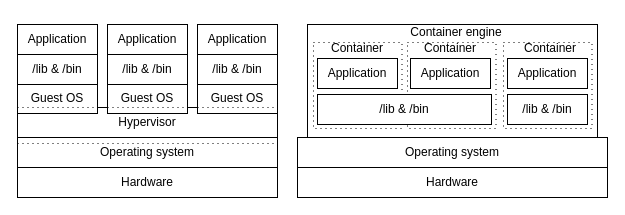
IsacPasianotto/master-thesis-presentation keeps this draw.io diagram as defense/img/VM-vs-Container.drawio. Above is the earlier version. Source tidied: cells renumbered, new cells numbered last; positions are measured from the earlier drawing's top-left corner, leaving out a move shared by most shapes. Both pictures are drawn from the tidied source at 100%, with x=0, y=0 at pixel (17, 17).
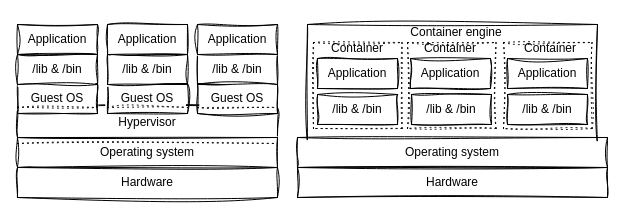
After the change.

What changed in the source:
```diff
@@
-    <mxCell id="2" style="rounded=0;whiteSpace=wrap;html=1;fillColor=default;" parent="1" vertex="1">
+    <mxCell id="2" style="rounded=0;whiteSpace=wrap;html=1;fillColor=default;sketch=1;curveFitting=1;jiggle=2;" parent="1" vertex="1">
       <mxGeometry x="290" y="7" width="290" height="120" as="geometry" />
     </mxCell>
-    <mxCell id="3" style="rounded=0;whiteSpace=wrap;html=1;dashed=1;dashPattern=1 4;fillColor=none;" parent="1" vertex="1">
+    <mxCell id="3" style="rounded=0;whiteSpace=wrap;html=1;dashed=1;dashPattern=1 4;fillColor=none;sketch=1;curveFitting=1;jiggle=2;" parent="1" vertex="1">
       <mxGeometry x="390" y="25" width="88.5" height="86" as="geometry" />
     </mxCell>
-    <mxCell id="4" style="rounded=0;whiteSpace=wrap;html=1;dashed=1;dashPattern=1 4;fillColor=none;" parent="1" vertex="1">
+    <mxCell id="4" style="rounded=0;whiteSpace=wrap;html=1;dashed=1;dashPattern=1 4;fillColor=none;sketch=1;curveFitting=1;jiggle=2;" parent="1" vertex="1">
       <mxGeometry x="296" y="25" width="88.5" height="86" as="geometry" />
     </mxCell>
-    <mxCell id="5" value="&lt;font face=&quot;newcomputermodern&quot;&gt;Operating system&lt;/font&gt;" style="rounded=0;whiteSpace=wrap;html=1;" parent="1" vertex="1">
+    <mxCell id="5" value="&lt;font face=&quot;newcomputermodern&quot;&gt;Operating system&lt;/font&gt;" style="rounded=0;whiteSpace=wrap;html=1;sketch=1;curveFitting=1;jiggle=2;" parent="1" vertex="1">
       <mxGeometry x="280" y="120" width="310" height="30" as="geometry" />
     </mxCell>
-    <mxCell id="6" style="rounded=0;whiteSpace=wrap;html=1;dashed=1;dashPattern=1 4;" parent="1" vertex="1">
+    <mxCell id="6" style="rounded=0;whiteSpace=wrap;html=1;dashed=1;dashPattern=1 4;sketch=1;curveFitting=1;jiggle=2;" parent="1" vertex="1">
       <mxGeometry x="486" y="25" width="88.5" height="86" as="geometry" />
     </mxCell>
-    <mxCell id="7" value="&lt;font face=&quot;newcomputermodern&quot;&gt;Hypervisor&lt;/font&gt;" style="rounded=0;whiteSpace=wrap;html=1;" parent="1" vertex="1">
+    <mxCell id="7" value="&lt;font face=&quot;newcomputermodern&quot;&gt;Hypervisor&lt;/font&gt;" style="rounded=0;whiteSpace=wrap;html=1;sketch=1;curveFitting=1;jiggle=2;" parent="1" vertex="1">
       <mxGeometry y="90" width="260" height="30" as="geometry" />
     </mxCell>
-    <mxCell id="8" value="&lt;font face=&quot;newcomputermodern&quot;&gt;Guest OS&lt;/font&gt;" style="rounded=0;whiteSpace=wrap;html=1;" parent="1" vertex="1">
+    <mxCell id="8" value="&lt;font face=&quot;newcomputermodern&quot;&gt;Guest OS&lt;/font&gt;" style="rounded=0;whiteSpace=wrap;html=1;sketch=1;curveFitting=1;jiggle=2;" parent="1" vertex="1">
       <mxGeometry y="66" width="80" height="30" as="geometry" />
     </mxCell>
-    <mxCell id="9" value="&lt;font face=&quot;newcomputermodern&quot;&gt;Hardware&lt;/font&gt;" style="rounded=0;whiteSpace=wrap;html=1;" parent="1" vertex="1">
+    <mxCell id="9" value="&lt;font face=&quot;newcomputermodern&quot;&gt;Hardware&lt;/font&gt;" style="rounded=0;whiteSpace=wrap;html=1;sketch=1;curveFitting=1;jiggle=2;" parent="1" vertex="1">
       <mxGeometry y="150" width="260" height="30" as="geometry" />
     </mxCell>
-    <mxCell id="10" value="&lt;font face=&quot;newcomputermodern&quot;&gt;Operating system&lt;/font&gt;" style="rounded=0;whiteSpace=wrap;html=1;" parent="1" vertex="1">
+    <mxCell id="10" value="&lt;font face=&quot;newcomputermodern&quot;&gt;Operating system&lt;/font&gt;" style="rounded=0;whiteSpace=wrap;html=1;sketch=1;curveFitting=1;jiggle=2;" parent="1" vertex="1">
       <mxGeometry y="120" width="260" height="30" as="geometry" />
     </mxCell>
-    <mxCell id="11" style="endArrow=none;dashed=1;html=1;dashPattern=1 4;strokeWidth=1;rounded=0;" parent="1" edge="1">
+    <mxCell id="11" style="endArrow=none;dashed=1;html=1;dashPattern=1 4;strokeWidth=1;rounded=0;sketch=1;curveFitting=1;jiggle=2;" parent="1" edge="1">
       <mxGeometry relative="1" as="geometry">
         <mxPoint x="180" y="90" as="sourcePoint" />
         <mxPoint x="260" y="90" as="targetPoint" />
       </mxGeometry>
     </mxCell>
-    <mxCell id="12" style="endArrow=none;dashed=1;html=1;dashPattern=1 4;strokeWidth=1;rounded=0;" parent="1" edge="1">
+    <mxCell id="12" style="endArrow=none;dashed=1;html=1;dashPattern=1 4;strokeWidth=1;rounded=0;sketch=1;curveFitting=1;jiggle=2;" parent="1" edge="1">
       <mxGeometry relative="1" as="geometry">
         <mxPoint x="90" y="90" as="sourcePoint" />
         <mxPoint x="170" y="90" as="targetPoint" />
       </mxGeometry>
     </mxCell>
-    <mxCell id="13" style="endArrow=none;dashed=1;html=1;dashPattern=1 4;strokeWidth=1;rounded=0;" parent="1" edge="1">
+    <mxCell id="13" style="endArrow=none;dashed=1;html=1;dashPattern=1 4;strokeWidth=1;rounded=0;sketch=1;curveFitting=1;jiggle=2;" parent="1" edge="1">
       <mxGeometry relative="1" as="geometry">
         <mxPoint y="90" as="sourcePoint" />
         <mxPoint x="80" y="90" as="targetPoint" />
       </mxGeometry>
     </mxCell>
-    <mxCell id="14" style="endArrow=none;dashed=1;html=1;dashPattern=1 4;strokeWidth=1;rounded=0;" parent="1" edge="1">
+    <mxCell id="14" style="endArrow=none;dashed=1;html=1;dashPattern=1 4;strokeWidth=1;rounded=0;sketch=1;curveFitting=1;jiggle=2;" parent="1" edge="1">
       <mxGeometry relative="1" as="geometry">
         <mxPoint y="126" as="sourcePoint" />
         <mxPoint x="260" y="126" as="targetPoint" />
       </mxGeometry>
     </mxCell>
-    <mxCell id="15" value="&lt;pre&gt;&lt;font face=&quot;newcomputermodern&quot;&gt;/lib &amp;amp; /bin&lt;/font&gt;&lt;/pre&gt;" style="rounded=0;whiteSpace=wrap;html=1;" parent="1" vertex="1">
+    <mxCell id="15" value="&lt;pre&gt;&lt;font face=&quot;newcomputermodern&quot;&gt;/lib &amp;amp; /bin&lt;/font&gt;&lt;/pre&gt;" style="rounded=0;whiteSpace=wrap;html=1;sketch=1;curveFitting=1;jiggle=2;" parent="1" vertex="1">
       <mxGeometry y="37" width="80" height="30" as="geometry" />
     </mxCell>
-    <mxCell id="16" value="&lt;font face=&quot;newcomputermodern&quot;&gt;Application&lt;/font&gt;" style="rounded=0;whiteSpace=wrap;html=1;" parent="1" vertex="1">
+    <mxCell id="16" value="&lt;font face=&quot;newcomputermodern&quot;&gt;Application&lt;/font&gt;" style="rounded=0;whiteSpace=wrap;html=1;sketch=1;curveFitting=1;jiggle=2;" parent="1" vertex="1">
       <mxGeometry y="7" width="80" height="30" as="geometry" />
     </mxCell>
-    <mxCell id="17" value="&lt;font face=&quot;newcomputermodern&quot;&gt;Guest OS&lt;/font&gt;" style="rounded=0;whiteSpace=wrap;html=1;" parent="1" vertex="1">
+    <mxCell id="17" value="&lt;font face=&quot;newcomputermodern&quot;&gt;Guest OS&lt;/font&gt;" style="rounded=0;whiteSpace=wrap;html=1;sketch=1;curveFitting=1;jiggle=2;" parent="1" vertex="1">
       <mxGeometry x="90" y="66" width="80" height="30" as="geometry" />
     </mxCell>
-    <mxCell id="18" style="endArrow=none;dashed=1;html=1;dashPattern=1 4;strokeWidth=1;rounded=0;" parent="1" edge="1">
+    <mxCell id="18" style="endArrow=none;dashed=1;html=1;dashPattern=1 4;strokeWidth=1;rounded=0;sketch=1;curveFitting=1;jiggle=2;" parent="1" edge="1">
       <mxGeometry relative="1" as="geometry">
         <mxPoint x="90" y="90" as="sourcePoint" />
         <mxPoint x="170" y="90" as="targetPoint" />
       </mxGeometry>
     </mxCell>
-    <mxCell id="19" value="&lt;pre&gt;&lt;font face=&quot;newcomputermodern&quot;&gt;/lib &amp;amp; /bin&lt;/font&gt;&lt;/pre&gt;" style="rounded=0;whiteSpace=wrap;html=1;" parent="1" vertex="1">
+    <mxCell id="19" value="&lt;pre&gt;&lt;font face=&quot;newcomputermodern&quot;&gt;/lib &amp;amp; /bin&lt;/font&gt;&lt;/pre&gt;" style="rounded=0;whiteSpace=wrap;html=1;sketch=1;curveFitting=1;jiggle=2;" parent="1" vertex="1">
       <mxGeometry x="90" y="37" width="80" height="30" as="geometry" />
     </mxCell>
-    <mxCell id="20" value="&lt;font face=&quot;newcomputermodern&quot;&gt;Application&lt;/font&gt;" style="rounded=0;whiteSpace=wrap;html=1;" parent="1" vertex="1">
+    <mxCell id="20" value="&lt;font face=&quot;newcomputermodern&quot;&gt;Application&lt;/font&gt;" style="rounded=0;whiteSpace=wrap;html=1;sketch=1;curveFitting=1;jiggle=2;" parent="1" vertex="1">
       <mxGeometry x="90" y="7" width="80" height="30" as="geometry" />
     </mxCell>
-    <mxCell id="21" value="&lt;font face=&quot;newcomputermodern&quot;&gt;Guest OS&lt;/font&gt;" style="rounded=0;whiteSpace=wrap;html=1;" parent="1" vertex="1">
+    <mxCell id="21" value="&lt;font face=&quot;newcomputermodern&quot;&gt;Guest OS&lt;/font&gt;" style="rounded=0;whiteSpace=wrap;html=1;sketch=1;curveFitting=1;jiggle=2;" parent="1" vertex="1">
       <mxGeometry x="180" y="66" width="80" height="30" as="geometry" />
     </mxCell>
-    <mxCell id="22" style="endArrow=none;dashed=1;html=1;dashPattern=1 4;strokeWidth=1;rounded=0;" parent="1" edge="1">
+    <mxCell id="22" style="endArrow=none;dashed=1;html=1;dashPattern=1 4;strokeWidth=1;rounded=0;sketch=1;curveFitting=1;jiggle=2;" parent="1" edge="1">
       <mxGeometry relative="1" as="geometry">
         <mxPoint x="180" y="90" as="sourcePoint" />
         <mxPoint x="260" y="90" as="targetPoint" />
       </mxGeometry>
     </mxCell>
-    <mxCell id="23" value="&lt;pre&gt;&lt;font face=&quot;newcomputermodern&quot;&gt;/lib &amp;amp; /bin&lt;/font&gt;&lt;/pre&gt;" style="rounded=0;whiteSpace=wrap;html=1;" parent="1" vertex="1">
+    <mxCell id="23" value="&lt;pre&gt;&lt;font face=&quot;newcomputermodern&quot;&gt;/lib &amp;amp; /bin&lt;/font&gt;&lt;/pre&gt;" style="rounded=0;whiteSpace=wrap;html=1;sketch=1;curveFitting=1;jiggle=2;" parent="1" vertex="1">
       <mxGeometry x="180" y="37" width="80" height="30" as="geometry" />
     </mxCell>
-    <mxCell id="24" value="&lt;font face=&quot;newcomputermodern&quot;&gt;Application&lt;/font&gt;" style="rounded=0;whiteSpace=wrap;html=1;" parent="1" vertex="1">
+    <mxCell id="24" value="&lt;font face=&quot;newcomputermodern&quot;&gt;Application&lt;/font&gt;" style="rounded=0;whiteSpace=wrap;html=1;sketch=1;curveFitting=1;jiggle=2;" parent="1" vertex="1">
       <mxGeometry x="180" y="7" width="80" height="30" as="geometry" />
     </mxCell>
-    <mxCell id="25" value="&lt;font face=&quot;newcomputermodern&quot;&gt;Hardware&lt;/font&gt;" style="rounded=0;whiteSpace=wrap;html=1;" parent="1" vertex="1">
+    <mxCell id="25" value="&lt;font face=&quot;newcomputermodern&quot;&gt;Hardware&lt;/font&gt;" style="rounded=0;whiteSpace=wrap;html=1;sketch=1;curveFitting=1;jiggle=2;" parent="1" vertex="1">
       <mxGeometry x="280" y="150" width="310" height="30" as="geometry" />
     </mxCell>
-    <mxCell id="26" value="&lt;font face=&quot;newcomputermodern&quot;&gt;Container engine&lt;/font&gt;" style="text;html=1;strokeColor=none;fillColor=none;align=center;verticalAlign=middle;whiteSpace=wrap;rounded=0;" parent="1" vertex="1">
+    <mxCell id="26" value="&lt;font face=&quot;newcomputermodern&quot;&gt;Container engine&lt;/font&gt;" style="text;html=1;strokeColor=none;fillColor=none;align=center;verticalAlign=middle;whiteSpace=wrap;rounded=0;sketch=1;curveFitting=1;jiggle=2;" parent="1" vertex="1">
       <mxGeometry x="359" width="160" height="30" as="geometry" />
     </mxCell>
-    <mxCell id="27" value="&lt;pre&gt;&lt;font face=&quot;newcomputermodern&quot;&gt;/lib &amp;amp; /bin&lt;/font&gt;&lt;/pre&gt;" style="rounded=0;whiteSpace=wrap;html=1;fillColor=default;" parent="1" vertex="1">
-      <mxGeometry x="300" y="77" width="174" height="30" as="geometry" />
-    </mxCell>
-    <mxCell id="28" value="&lt;font face=&quot;newcomputermodern&quot;&gt;Application&lt;/font&gt;" style="rounded=0;whiteSpace=wrap;html=1;" parent="1" vertex="1">
+    <mxCell id="28" value="&lt;font face=&quot;newcomputermodern&quot;&gt;Application&lt;/font&gt;" style="rounded=0;whiteSpace=wrap;html=1;sketch=1;curveFitting=1;jiggle=2;" parent="1" vertex="1">
       <mxGeometry x="300" y="41" width="80" height="30" as="geometry" />
     </mxCell>
-    <mxCell id="29" value="&lt;font face=&quot;newcomputermodern&quot;&gt;Application&lt;/font&gt;" style="rounded=0;whiteSpace=wrap;html=1;" parent="1" vertex="1">
+    <mxCell id="29" value="&lt;font face=&quot;newcomputermodern&quot;&gt;Application&lt;/font&gt;" style="rounded=0;whiteSpace=wrap;html=1;sketch=1;curveFitting=1;jiggle=2;" parent="1" vertex="1">
       <mxGeometry x="393" y="41" width="80" height="30" as="geometry" />
     </mxCell>
-    <mxCell id="30" value="&lt;pre&gt;&lt;font face=&quot;newcomputermodern&quot;&gt;/lib &amp;amp; /bin&lt;/font&gt;&lt;/pre&gt;" style="rounded=0;whiteSpace=wrap;html=1;" parent="1" vertex="1">
+    <mxCell id="30" value="&lt;pre&gt;&lt;font face=&quot;newcomputermodern&quot;&gt;/lib &amp;amp; /bin&lt;/font&gt;&lt;/pre&gt;" style="rounded=0;whiteSpace=wrap;html=1;sketch=1;curveFitting=1;jiggle=2;" parent="1" vertex="1">
       <mxGeometry x="490" y="77" width="80" height="30" as="geometry" />
     </mxCell>
-    <mxCell id="31" value="&lt;font face=&quot;newcomputermodern&quot;&gt;Application&lt;/font&gt;" style="rounded=0;whiteSpace=wrap;html=1;" parent="1" vertex="1">
+    <mxCell id="31" value="&lt;font face=&quot;newcomputermodern&quot;&gt;Application&lt;/font&gt;" style="rounded=0;whiteSpace=wrap;html=1;sketch=1;curveFitting=1;jiggle=2;" parent="1" vertex="1">
       <mxGeometry x="490" y="41" width="80" height="30" as="geometry" />
     </mxCell>
-    <mxCell id="32" value="&lt;font face=&quot;newcomputermodern&quot;&gt;Container&lt;/font&gt;" style="text;html=1;strokeColor=none;fillColor=none;align=center;verticalAlign=middle;whiteSpace=wrap;rounded=0;" parent="1" vertex="1">
+    <mxCell id="32" value="&lt;font face=&quot;newcomputermodern&quot;&gt;Container&lt;/font&gt;" style="text;html=1;strokeColor=none;fillColor=none;align=center;verticalAlign=middle;whiteSpace=wrap;rounded=0;sketch=1;curveFitting=1;jiggle=2;" parent="1" vertex="1">
       <mxGeometry x="315" y="16" width="50" height="30" as="geometry" />
     </mxCell>
-    <mxCell id="33" value="&lt;font face=&quot;newcomputermodern&quot;&gt;Container&lt;/font&gt;" style="text;html=1;strokeColor=none;fillColor=none;align=center;verticalAlign=middle;whiteSpace=wrap;rounded=0;" parent="1" vertex="1">
+    <mxCell id="33" value="&lt;font face=&quot;newcomputermodern&quot;&gt;Container&lt;/font&gt;" style="text;html=1;strokeColor=none;fillColor=none;align=center;verticalAlign=middle;whiteSpace=wrap;rounded=0;sketch=1;curveFitting=1;jiggle=2;" parent="1" vertex="1">
       <mxGeometry x="408" y="16" width="50" height="30" as="geometry" />
     </mxCell>
-    <mxCell id="34" value="&lt;font face=&quot;newcomputermodern&quot;&gt;Container&lt;/font&gt;" style="text;html=1;strokeColor=none;fillColor=none;align=center;verticalAlign=middle;whiteSpace=wrap;rounded=0;" parent="1" vertex="1">
+    <mxCell id="34" value="&lt;font face=&quot;newcomputermodern&quot;&gt;Container&lt;/font&gt;" style="text;html=1;strokeColor=none;fillColor=none;align=center;verticalAlign=middle;whiteSpace=wrap;rounded=0;sketch=1;curveFitting=1;jiggle=2;" parent="1" vertex="1">
       <mxGeometry x="508" y="16" width="50" height="30" as="geometry" />
     </mxCell>
+    <mxCell id="35" value="&lt;pre&gt;&lt;font face=&quot;newcomputermodern&quot;&gt;/lib &amp;amp; /bin&lt;/font&gt;&lt;/pre&gt;" style="rounded=0;whiteSpace=wrap;html=1;sketch=1;curveFitting=1;jiggle=2;" parent="1" vertex="1">
+      <mxGeometry x="394" y="77" width="80" height="30" as="geometry" />
+    </mxCell>
+    <mxCell id="36" value="&lt;pre&gt;&lt;font face=&quot;newcomputermodern&quot;&gt;/lib &amp;amp; /bin&lt;/font&gt;&lt;/pre&gt;" style="rounded=0;whiteSpace=wrap;html=1;sketch=1;curveFitting=1;jiggle=2;" parent="1" vertex="1">
+      <mxGeometry x="300" y="77" width="80" height="30" as="geometry" />
+    </mxCell>
```
